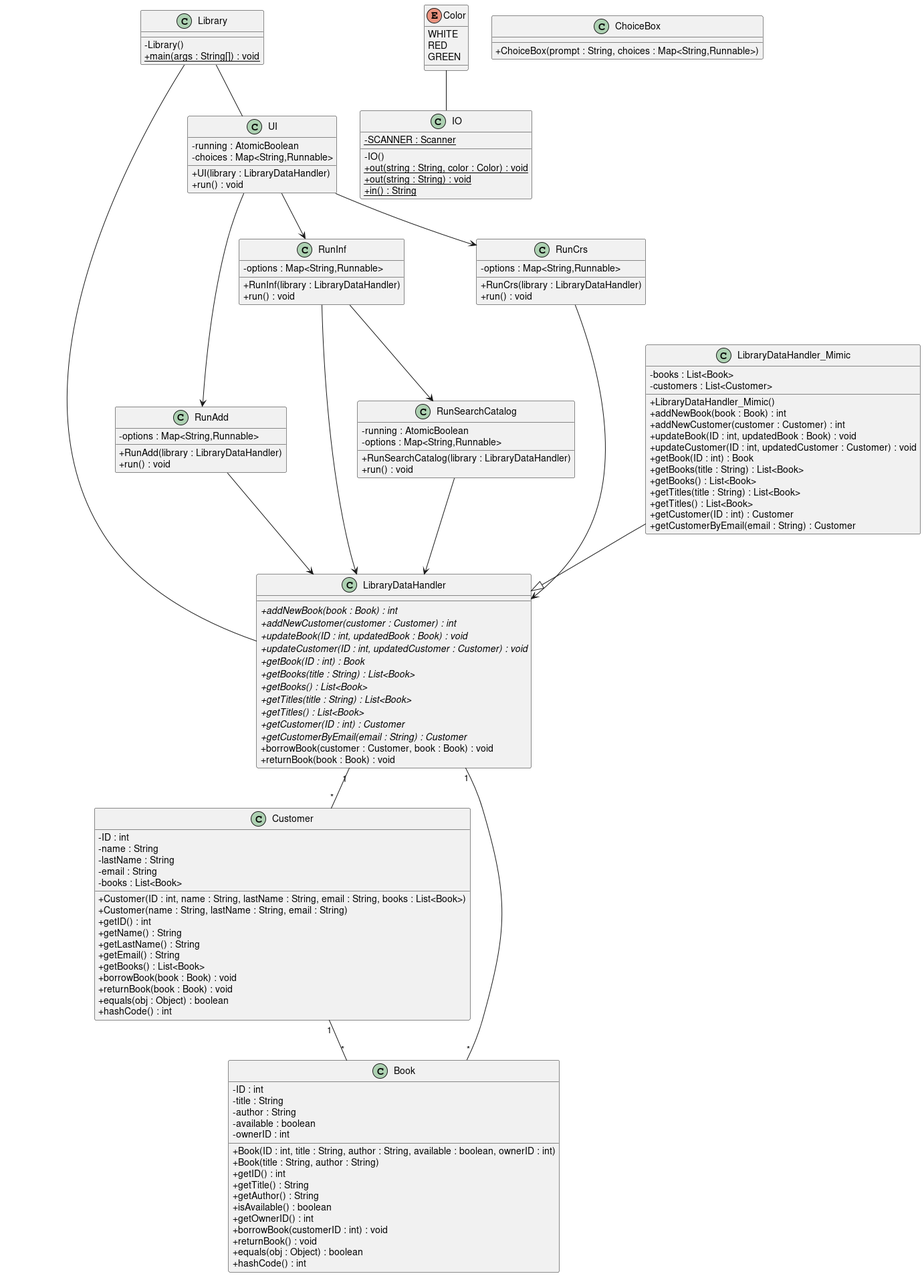
Before: List2/library/diagrams/class.png, a diagram exported from PlantUML (nskowron/SoftwareEngineering2024). Its diagram source:
```plantuml
@startuml
skinparam classAttributeIconSize 0
class LibraryDataHandler{
+ {abstract} addNewBook(book : Book) : int
+ {abstract} addNewCustomer(customer : Customer) : int
+ {abstract} updateBook(ID : int, updatedBook : Book) : void
+ {abstract} updateCustomer(ID : int, updatedCustomer : Customer) : void
+ {abstract} getBook(ID : int) : Book
+ {abstract} getBooks(title : String) : List<Book>
+ {abstract} getBooks() : List<Book>
+ {abstract} getTitles(title : String) : List<Book>
+ {abstract} getTitles() : List<Book>
+ {abstract} getCustomer(ID : int) : Customer
+ {abstract} getCustomerByEmail(email : String) : Customer
+ borrowBook(customer : Customer, book : Book) : void
+ returnBook(book : Book) : void
}
LibraryDataHandler "1" -- "*" Customer
LibraryDataHandler "1" -- "*" Book
class Customer{
- ID : int
- name : String
- lastName : String
- email : String
- books : List<Book>
+ Customer(ID : int, name : String, lastName : String, email : String, books : List<Book>)
+ Customer(name : String, lastName : String, email : String)
+ getID() : int
+ getName() : String
+ getLastName() : String
+ getEmail() : String
+ getBooks() : List<Book>
+ borrowBook(book : Book) : void
+ returnBook(book : Book) : void
+ equals(obj : Object) : boolean
+ hashCode() : int
}
Customer "1" -- "*" Book
class RunSearchCatalog{
- running : AtomicBoolean
- options : Map<String,Runnable>
+ RunSearchCatalog(library : LibraryDataHandler)
+ run() : void
}
RunSearchCatalog --> LibraryDataHandler
class RunAdd{
- options : Map<String,Runnable>
+ RunAdd(library : LibraryDataHandler)
+ run() : void
}
RunAdd --> LibraryDataHandler
class RunInf{
- options : Map<String,Runnable>
+ RunInf(library : LibraryDataHandler)
+ run() : void
}
RunInf --> LibraryDataHandler
class IO{
- {static} SCANNER : Scanner
- IO()
+ {static} out(string : String, color : Color) : void
+ {static} out(string : String) : void
+ {static} in() : String
}
class UI{
- running : AtomicBoolean
- choices : Map<String,Runnable>
+ UI(library : LibraryDataHandler)
+ run() : void
}
class ChoiceBox{
+ ChoiceBox(prompt : String, choices : Map<String,Runnable>)
}
UI --> RunCrs
UI --> RunAdd
UI --> RunInf
RunInf -->RunSearchCatalog
class Library{
- Library()
+ {static} main(args : String[]) : void
}
Library -- UI
Library -- LibraryDataHandler
class Book{
- ID : int
- title : String
- author : String
- available : boolean
- ownerID : int
+ Book(ID : int, title : String, author : String, available : boolean, ownerID : int)
+ Book(title : String, author : String)
+ getID() : int
+ getTitle() : String
+ getAuthor() : String
+ isAvailable() : boolean
+ getOwnerID() : int
+ borrowBook(customerID : int) : void
+ returnBook() : void
+ equals(obj : Object) : boolean
+ hashCode() : int
}
class RunCrs{
- options : Map<String,Runnable>
+ RunCrs(library : LibraryDataHandler)
+ run() : void
}
RunCrs --> LibraryDataHandler
class LibraryDataHandler_Mimic{
- books : List<Book>
- customers : List<Customer>
+ LibraryDataHandler_Mimic()
+ addNewBook(book : Book) : int
+ addNewCustomer(customer : Customer) : int
+ updateBook(ID : int, updatedBook : Book) : void
+ updateCustomer(ID : int, updatedCustomer : Customer) : void
+ getBook(ID : int) : Book
+ getBooks(title : String) : List<Book>
+ getBooks() : List<Book>
+ getTitles(title : String) : List<Book>
+ getTitles() : List<Book>
+ getCustomer(ID : int) : Customer
+ getCustomerByEmail(email : String) : Customer
}
LibraryDataHandler_Mimic --|> LibraryDataHandler
enum Color{
WHITE
RED
GREEN
}
Color -- IO
@enduml
```
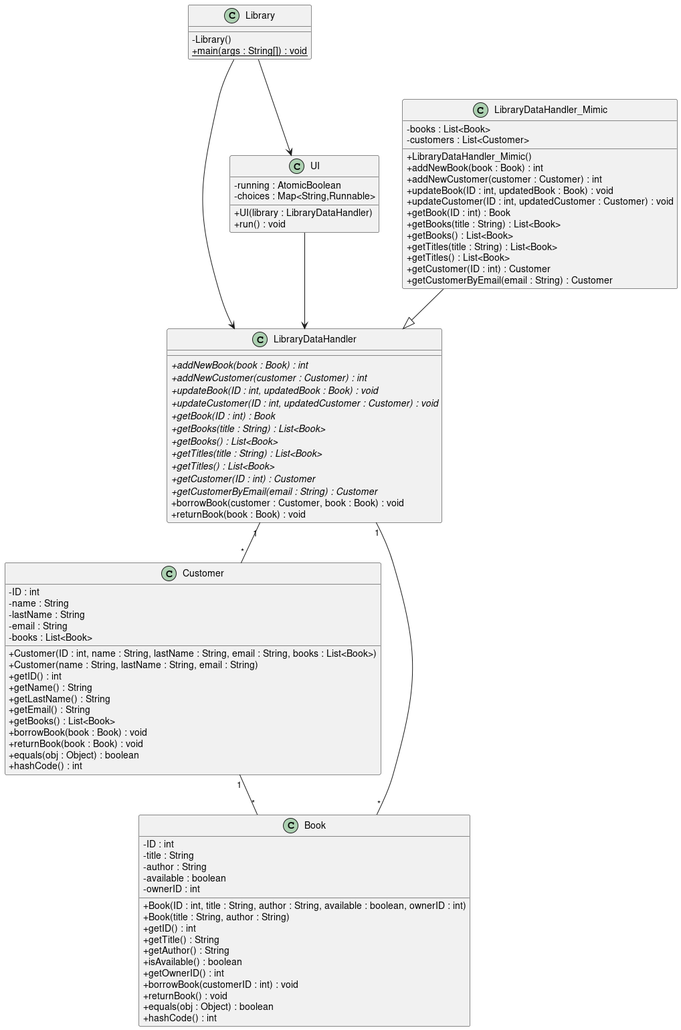
Above is the later version.

What changed in the source:
```diff
@@ -1,4 +1,4 @@
-@startuml
+@startuml class
 skinparam classAttributeIconSize 0
 class LibraryDataHandler{
 + {abstract} addNewBook(book : Book) : int
@@ -36,51 +36,19 @@
 + hashCode() : int
 }
 Customer "1" -- "*" Book
-class RunSearchCatalog{
-- running : AtomicBoolean
-- options : Map<String,Runnable>
-+ RunSearchCatalog(library : LibraryDataHandler)
-+ run() : void
-}
-RunSearchCatalog --> LibraryDataHandler
-class RunAdd{
-- options : Map<String,Runnable>
-+ RunAdd(library : LibraryDataHandler)
-+ run() : void
-}
-RunAdd --> LibraryDataHandler
-class RunInf{
-- options : Map<String,Runnable>
-+ RunInf(library : LibraryDataHandler)
-+ run() : void
-}
-RunInf --> LibraryDataHandler
-class IO{
-- {static} SCANNER : Scanner
-- IO()
-+ {static} out(string : String, color : Color) : void
-+ {static} out(string : String) : void
-+ {static} in() : String
-}
 class UI{
 - running : AtomicBoolean
 - choices : Map<String,Runnable>
 + UI(library : LibraryDataHandler)
 + run() : void
 }
-class ChoiceBox{
-+ ChoiceBox(prompt : String, choices : Map<String,Runnable>)
-}
-UI --> RunCrs
-UI --> RunAdd
-UI --> RunInf
-RunInf -->RunSearchCatalog
+UI --> LibraryDataHandler
 class Library{
 - Library()
 + {static} main(args : String[]) : void
 }
-Library -- UI
-Library -- LibraryDataHandler
+Library --> UI
+Library --> LibraryDataHandler
 class Book{
 - ID : int
 - title : String
@@ -99,12 +67,6 @@
 + equals(obj : Object) : boolean
 + hashCode() : int
 }
-class RunCrs{
-- options : Map<String,Runnable>
-+ RunCrs(library : LibraryDataHandler)
-+ run() : void
-}
-RunCrs --> LibraryDataHandler
 class LibraryDataHandler_Mimic{
 - books : List<Book>
 - customers : List<Customer>
@@ -122,10 +84,4 @@
 + getCustomerByEmail(email : String) : Customer
 }
 LibraryDataHandler_Mimic --|> LibraryDataHandler
-enum Color{
-WHITE
-RED
-GREEN
-}
-Color -- IO
 @enduml
```
